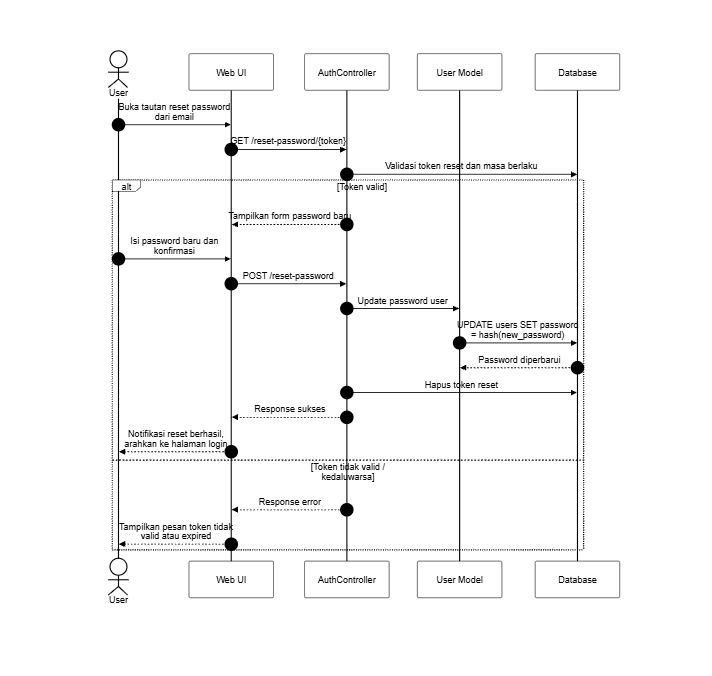
Earlier version of the Mermaid export docs/SequenceDiagram/PNG_Transparent/Autentikasi-ResetPassword.png (SulaimanHafi23/SimpegRSHDI). Its source is kept beside it as docs/SequenceDiagram/Autentikasi-ResetPassword.mermaid. Source of this version:
```mermaid
---
id: Autentikasi-ResetPassword
title: Autentikasi - Reset Password
---
%%{init: {"theme": "base", "themeVariables": {"background": "#dddddd", "primaryColor": "#ffffff", "primaryBorderColor": "#000000", "primaryTextColor": "#000000", "lineColor": "#000000", "textColor": "#000000", "actorBkg": "#ffffff", "actorBorder": "#000000", "actorTextColor": "#000000", "activationBkgColor": "#ffffff", "activationBorderColor": "#000000", "signalColor": "#000000", "signalTextColor": "#000000", "labelBoxBkgColor": "#ffffff", "labelBoxBorderColor": "#000000", "labelTextColor": "#000000", "sequenceNumberColor": "#000000", "noteBkgColor": "#ffffff", "noteBorderColor": "#000000", "noteTextColor": "#000000"}, "sequence": {"useMaxWidth": true, "wrap": true, "messageFontSize": 12, "noteFontSize": 12}}}%%
sequenceDiagram
    autonumber
    actor U as User
    participant UI as Web UI
    participant C as AuthController
    participant M as User Model
    participant DB as Database

    U->>UI: Buka tautan reset password dari email
    UI->>C: GET /reset-password/{token}
    C->>DB: Validasi token reset dan masa berlaku
    alt Token valid
        C-->>UI: Tampilkan form password baru
        U->>UI: Isi password baru dan konfirmasi
        UI->>C: POST /reset-password
        C->>M: Update password user
        M->>DB: UPDATE users SET password = hash(new_password)
        DB-->>M: Password diperbarui
        C->>DB: Hapus token reset
        C-->>UI: Response sukses
        UI-->>U: Notifikasi reset berhasil, arahkan ke halaman login
    else Token tidak valid / kedaluwarsa
        C-->>UI: Response error
        UI-->>U: Tampilkan pesan token tidak valid atau expired
    end
```
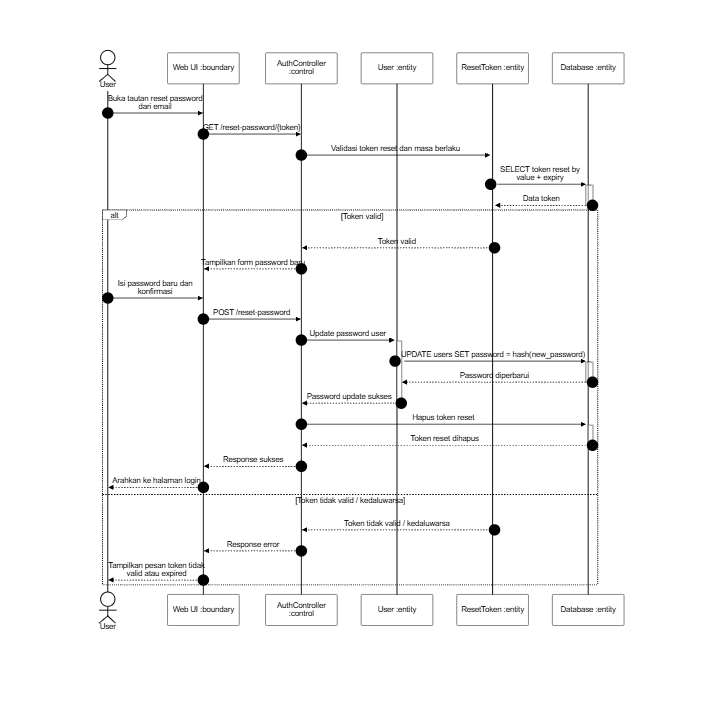
Later version of the same file.

Change to the diagram source:
```diff
@@ -6,25 +6,41 @@
 sequenceDiagram
     autonumber
     actor U as User
-    participant UI as Web UI
-    participant C as AuthController
-    participant M as User Model
-    participant DB as Database
+    participant UI as Web UI :boundary
+    participant C as AuthController :control
+    participant M as User :entity
+    participant RT as ResetToken :entity
+    participant DB as Database :entity
 
     U->>UI: Buka tautan reset password dari email
     UI->>C: GET /reset-password/{token}
-    C->>DB: Validasi token reset dan masa berlaku
+    C->>+RT: Validasi token reset dan masa berlaku
+    RT->>+DB: SELECT token reset by value + expiry
+    activate DB
+    DB-->>-RT: Data token
+    deactivate DB
+
     alt Token valid
+        RT-->>C: Token valid
         C-->>UI: Tampilkan form password baru
         U->>UI: Isi password baru dan konfirmasi
         UI->>C: POST /reset-password
-        C->>M: Update password user
-        M->>DB: UPDATE users SET password = hash(new_password)
-        DB-->>M: Password diperbarui
-        C->>DB: Hapus token reset
+        C->>+M: Update password user
+        activate M
+        M->>+DB: UPDATE users SET password = hash(new_password)
+        activate DB
+        DB-->>-M: Password diperbarui
+        deactivate DB
+        M-->>C: Password update sukses
+        deactivate M
+        C->>+DB: Hapus token reset
+        activate DB
+        DB-->>C: Token reset dihapus
+        deactivate DB
         C-->>UI: Response sukses
-        UI-->>U: Notifikasi reset berhasil, arahkan ke halaman login
+        UI-->>U: Arahkan ke halaman login
     else Token tidak valid / kedaluwarsa
+        RT-->>C: Token tidak valid / kedaluwarsa
         C-->>UI: Response error
         UI-->>U: Tampilkan pesan token tidak valid atau expired
     end
```
